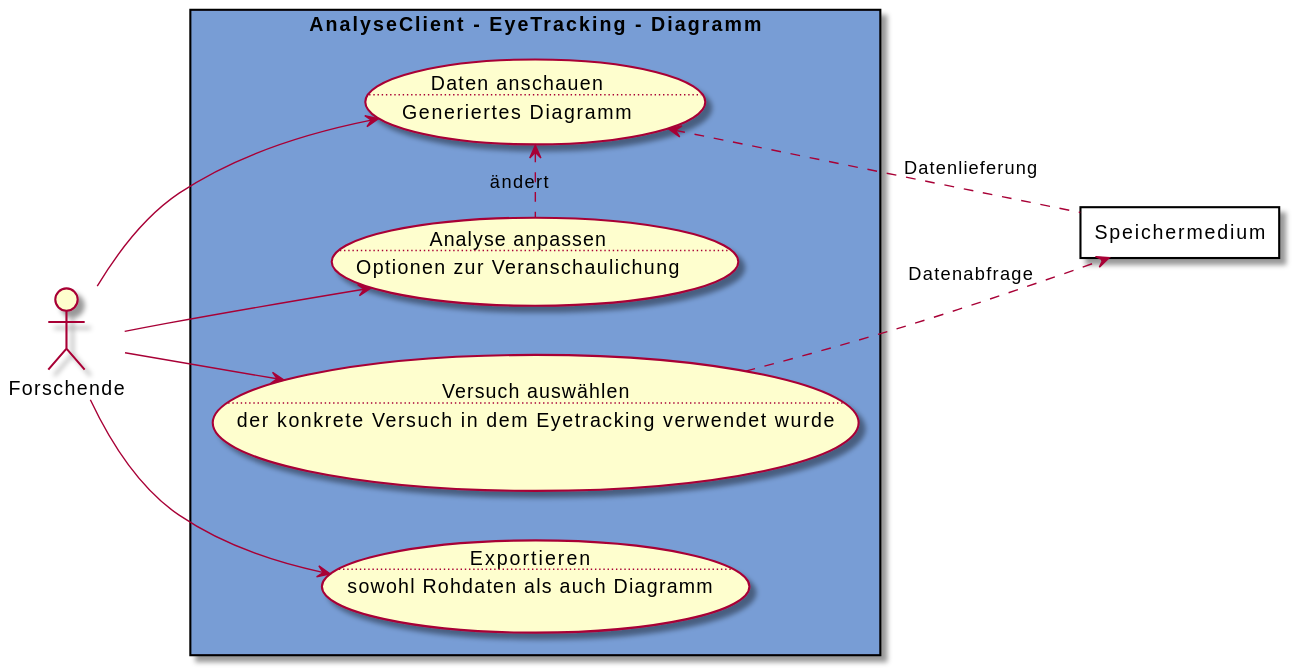
The PlantUML diagram meilenstein_05/usecase-analyse-eyetracking/usecase-analyse-eyetracking.svg in weichware10/meilensteine, before a commit.
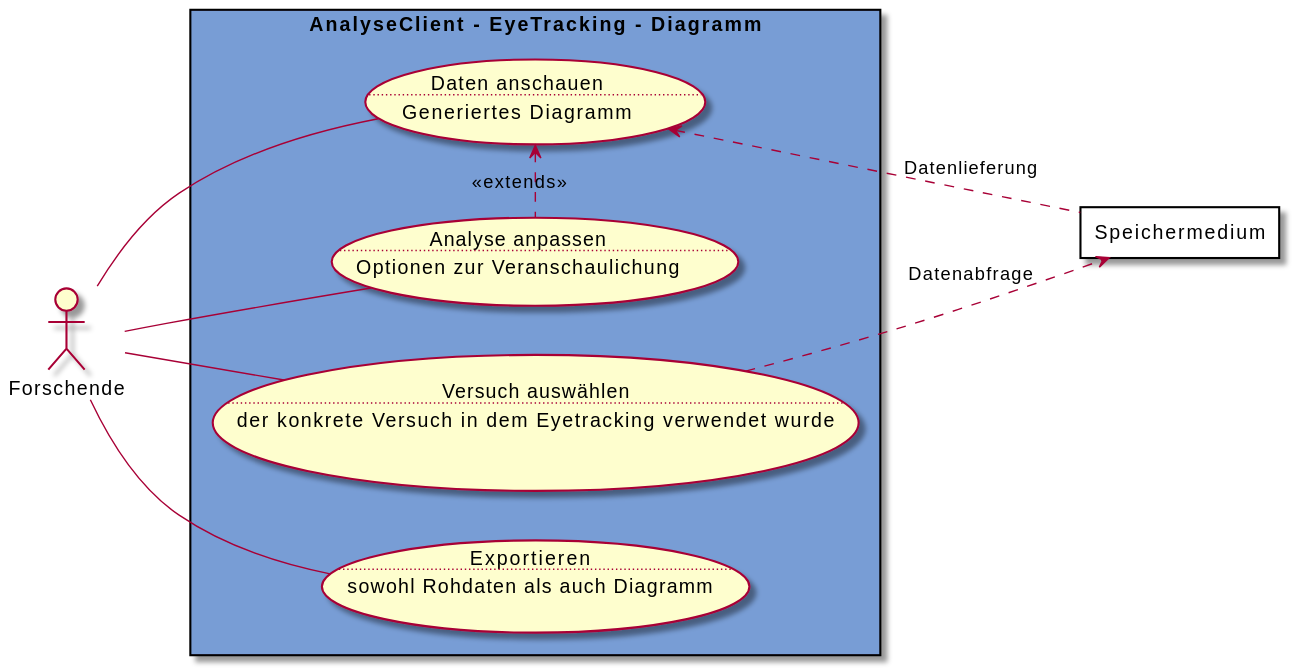
Above is the later version.

Commit message:
rendered SVGs

The edit, as a diff of the source:
```diff
@@ -16,19 +16,17 @@
     usecase ex as "Exportieren
     ..
     sowohl Rohdaten als auch Diagramm"
+
+    da <.r. aa : <<extends>>
 }
 
 rectangle Speichermedium as s #FFFFFF
 
-f --> da
-f --> aa
-f --> ex
-f --> va
-
+f -- da
+f -- aa
+f -- ex
+f -- va
 
 va ..> s : Datenabfrage
 s .l.> da : Datenlieferung
-
-
-da <.r. aa : ändert
 @enduml
```
